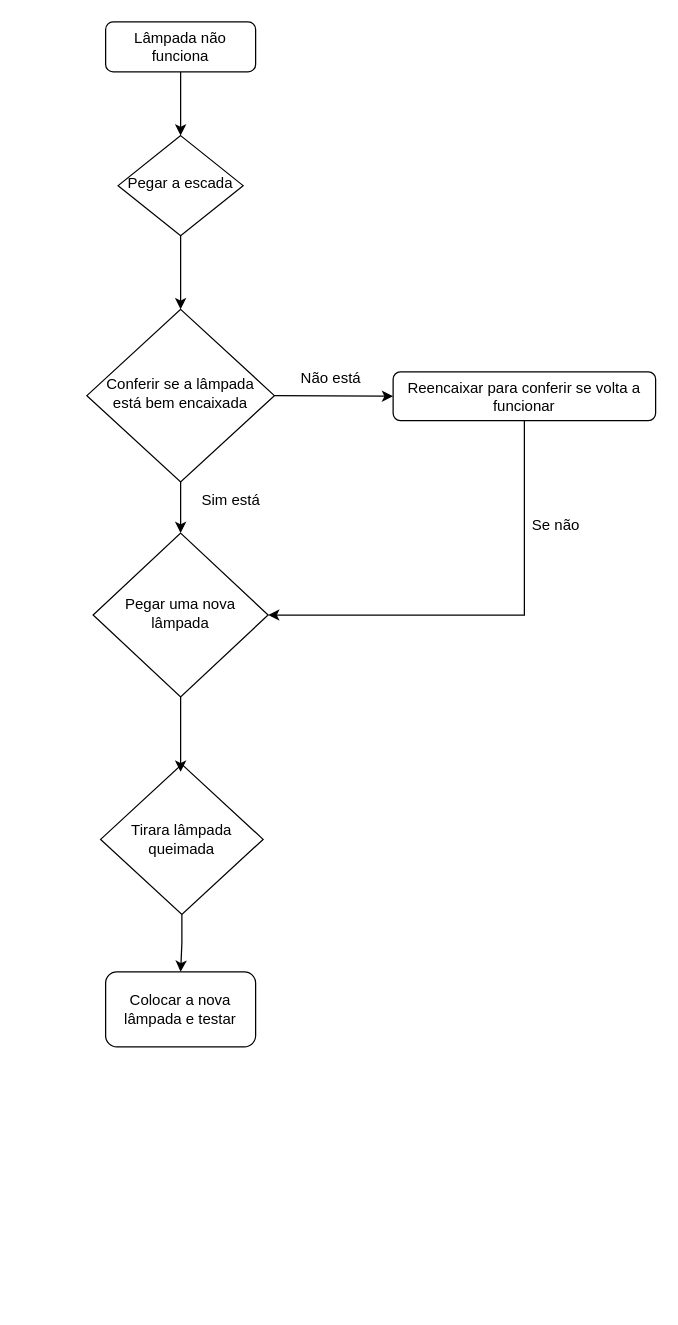
This is Diagrama sem nome.drawio from Pamela-Brasil/desafio-dio-primeiro-repositorio, a draw.io file, before an edit. Source tidied: cells renumbered, new cells numbered last; positions are measured from the earlier drawing's top-left corner, leaving out a move shared by most shapes. Both pictures are drawn from the tidied source at 125%, with x=0, y=0 at pixel (86, 21).
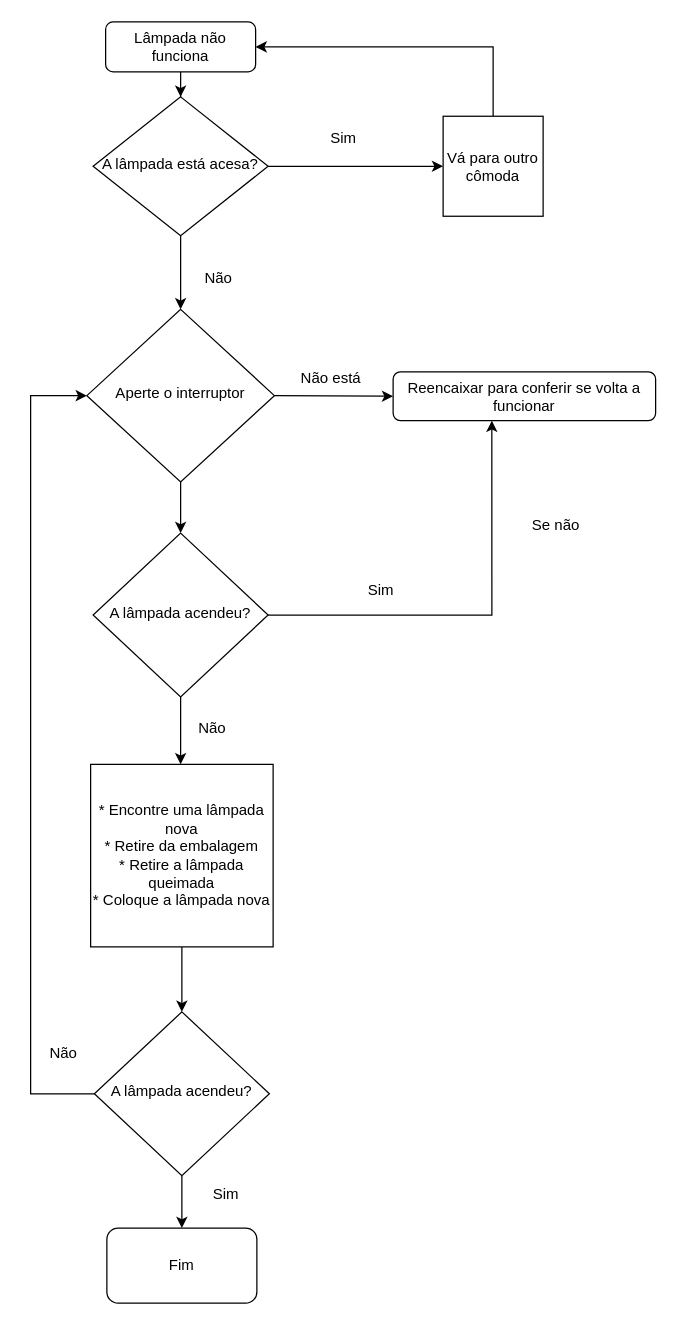
The same page after the edit.

The change refers to these unchanged cells:
```xml
<mxCell id="3" value="Lâmpada não funciona" style="rounded=1;whiteSpace=wrap;html=1;fontSize=12;glass=0;strokeWidth=1;shadow=0;" parent="1" vertex="1">
  <mxGeometry x="15" width="120" height="40" as="geometry" />
</mxCell>
<mxCell id="9" value="Reencaixar para conferir se volta a funcionar" style="rounded=1;whiteSpace=wrap;html=1;fontSize=12;glass=0;strokeWidth=1;shadow=0;" parent="1" vertex="1">
  <mxGeometry x="245" y="280" width="210" height="39" as="geometry" />
</mxCell>
```

Diff of the diagram source:
```diff
@@
+    <mxCell id="20" style="edgeStyle=orthogonalEdgeStyle;rounded=0;jettySize=auto;html=1;exitX=1;exitY=0.5;exitDx=0;exitDy=0;" parent="1" edge="1" source="6" target="24">
+      <mxGeometry relative="1" as="geometry" />
+    </mxCell>
-    <mxCell id="6" value="Pegar a escada" style="rhombus;whiteSpace=wrap;html=1;shadow=0;fontFamily=Helvetica;fontSize=12;align=center;strokeWidth=1;spacing=6;spacingTop=-4;" parent="1" vertex="1">
-      <mxGeometry x="25" y="91" width="100" height="80" as="geometry" />
+    <mxCell id="6" value="A lâmpada está acesa?" style="rhombus;whiteSpace=wrap;html=1;shadow=0;fontFamily=Helvetica;fontSize=12;align=center;strokeWidth=1;spacing=6;spacingTop=-4;" parent="1" vertex="1">
+      <mxGeometry x="5" y="60" width="140" height="111" as="geometry" />
     </mxCell>
+    <mxCell id="21" style="edgeStyle=orthogonalEdgeStyle;rounded=0;jettySize=auto;html=1;" parent="1" edge="1" source="7">
+      <mxGeometry relative="1" as="geometry">
+        <mxPoint x="75" y="594" as="targetPoint" />
+      </mxGeometry>
+    </mxCell>
-    <mxCell id="7" value="Pegar uma nova lâmpada" style="rhombus;whiteSpace=wrap;html=1;shadow=0;fontFamily=Helvetica;fontSize=12;align=center;strokeWidth=1;spacing=6;spacingTop=-4;" parent="1" vertex="1">
+    <mxCell id="7" value="A lâmpada acendeu?" style="rhombus;whiteSpace=wrap;html=1;shadow=0;fontFamily=Helvetica;fontSize=12;align=center;strokeWidth=1;spacing=6;spacingTop=-4;" parent="1" vertex="1">
       <mxGeometry x="5" y="409" width="140" height="131" as="geometry" />
     </mxCell>
-    <mxCell id="8" style="edgeStyle=orthogonalEdgeStyle;rounded=0;jettySize=auto;html=1;exitX=0.5;exitY=1;exitDx=0;exitDy=0;entryX=1;entryY=0.5;entryDx=0;entryDy=0;" parent="1" edge="1" source="9" target="7">
-      <mxGeometry relative="1" as="geometry" />
-    </mxCell>
@@
-    <mxCell id="11" value="Conferir se a lâmpada está bem encaixada" style="rhombus;whiteSpace=wrap;html=1;shadow=0;fontFamily=Helvetica;fontSize=12;align=center;strokeWidth=1;spacing=6;spacingTop=-4;" parent="1" vertex="1">
+    <mxCell id="11" value="Aperte o interruptor" style="rhombus;whiteSpace=wrap;html=1;shadow=0;fontFamily=Helvetica;fontSize=12;align=center;strokeWidth=1;spacing=6;spacingTop=-4;" parent="1" vertex="1">
       <mxGeometry y="230" width="150" height="138" as="geometry" />
     </mxCell>
@@
-    <mxCell id="14" value="Sim está" style="text;html=1;align=center;verticalAlign=middle;strokeColor=none;fillColor=none;" parent="1" vertex="1">
-      <mxGeometry x="80" y="368" width="70" height="30" as="geometry" />
-    </mxCell>
-    <mxCell id="15" style="edgeStyle=orthogonalEdgeStyle;rounded=0;jettySize=auto;html=1;" parent="1" edge="1" source="16">
-      <mxGeometry relative="1" as="geometry">
-        <mxPoint x="75" y="760" as="targetPoint" />
-      </mxGeometry>
-    </mxCell>
-    <mxCell id="16" value="Tirara lâmpada queimada" style="rhombus;whiteSpace=wrap;html=1;" parent="1" vertex="1">
-      <mxGeometry x="11" y="594" width="130" height="120" as="geometry" />
-    </mxCell>
-    <mxCell id="17" style="edgeStyle=orthogonalEdgeStyle;rounded=0;jettySize=auto;html=1;exitX=0.5;exitY=1;exitDx=0;exitDy=0;" parent="1" edge="1" source="7">
-      <mxGeometry relative="1" as="geometry">
-        <mxPoint x="75" y="600" as="targetPoint" />
-      </mxGeometry>
-    </mxCell>
-    <mxCell id="18" value="Colocar a nova lâmpada e testar" style="rounded=1;whiteSpace=wrap;html=1;" parent="1" vertex="1">
-      <mxGeometry x="15" y="760" width="120" height="60" as="geometry" />
-    </mxCell>
@@
+    <mxCell id="22" value="Sim" style="text;html=1;align=center;verticalAlign=middle;strokeColor=none;fillColor=none;" parent="1" vertex="1">
+      <mxGeometry x="185" y="78" width="40" height="30" as="geometry" />
+    </mxCell>
+    <mxCell id="23" style="edgeStyle=orthogonalEdgeStyle;rounded=0;jettySize=auto;html=1;entryX=1;entryY=0.5;entryDx=0;entryDy=0;" parent="1" edge="1" source="24" target="3">
+      <mxGeometry relative="1" as="geometry">
+        <Array as="points">
+          <mxPoint x="325" y="20" />
+        </Array>
+      </mxGeometry>
+    </mxCell>
+    <mxCell id="24" value="Vá para outro cômoda" style="whiteSpace=wrap;html=1;" parent="1" vertex="1">
+      <mxGeometry x="285" y="75.5" width="80" height="80" as="geometry" />
+    </mxCell>
+    <mxCell id="25" value="Não" style="text;html=1;align=center;verticalAlign=middle;strokeColor=none;fillColor=none;" parent="1" vertex="1">
+      <mxGeometry x="80" y="190" width="50" height="30" as="geometry" />
+    </mxCell>
+    <mxCell id="26" value="Sim" style="text;html=1;align=center;verticalAlign=middle;strokeColor=none;fillColor=none;" parent="1" vertex="1">
+      <mxGeometry x="215" y="440" width="40" height="30" as="geometry" />
+    </mxCell>
+    <mxCell id="27" style="edgeStyle=orthogonalEdgeStyle;rounded=0;jettySize=auto;html=1;exitX=1;exitY=0.5;exitDx=0;exitDy=0;entryX=0.376;entryY=1;entryDx=0;entryDy=0;entryPerimeter=0;" parent="1" edge="1" source="7" target="9">
+      <mxGeometry relative="1" as="geometry" />
+    </mxCell>
+    <mxCell id="28" value="Não" style="text;html=1;align=center;verticalAlign=middle;strokeColor=none;fillColor=none;" parent="1" vertex="1">
+      <mxGeometry x="75" y="550" width="50" height="30" as="geometry" />
+    </mxCell>
+    <mxCell id="29" style="edgeStyle=orthogonalEdgeStyle;rounded=0;jettySize=auto;html=1;" parent="1" edge="1" source="34" target="31">
+      <mxGeometry relative="1" as="geometry" />
+    </mxCell>
+    <mxCell id="30" value="* Encontre uma lâmpada nova&lt;div&gt;* Retire da embalagem&lt;/div&gt;&lt;div&gt;* Retire a lâmpada queimada&lt;/div&gt;&lt;div&gt;* Coloque a lâmpada nova&lt;/div&gt;" style="whiteSpace=wrap;html=1;" parent="1" vertex="1">
+      <mxGeometry x="3" y="594" width="146" height="146" as="geometry" />
+    </mxCell>
+    <mxCell id="31" value="Fim" style="rounded=1;whiteSpace=wrap;html=1;" parent="1" vertex="1">
+      <mxGeometry x="16" y="965" width="120" height="60" as="geometry" />
+    </mxCell>
+    <mxCell id="32" style="edgeStyle=orthogonalEdgeStyle;rounded=0;jettySize=auto;html=1;" parent="1" edge="1" source="30" target="34">
+      <mxGeometry relative="1" as="geometry" />
+    </mxCell>
+    <mxCell id="33" style="edgeStyle=orthogonalEdgeStyle;rounded=0;jettySize=auto;html=1;exitX=0;exitY=0.5;exitDx=0;exitDy=0;entryX=0;entryY=0.5;entryDx=0;entryDy=0;" parent="1" edge="1" source="34" target="11">
+      <mxGeometry relative="1" as="geometry">
+        <Array as="points">
+          <mxPoint x="-45" y="858" />
+          <mxPoint x="-45" y="299" />
+        </Array>
+      </mxGeometry>
+    </mxCell>
+    <mxCell id="34" value="A lâmpada acendeu?" style="rhombus;whiteSpace=wrap;html=1;shadow=0;fontFamily=Helvetica;fontSize=12;align=center;strokeWidth=1;spacing=6;spacingTop=-4;" parent="1" vertex="1">
+      <mxGeometry x="6" y="792" width="140" height="131" as="geometry" />
+    </mxCell>
+    <mxCell id="35" value="Sim" style="text;html=1;align=center;verticalAlign=middle;strokeColor=none;fillColor=none;" parent="1" vertex="1">
+      <mxGeometry x="91" y="923" width="40" height="30" as="geometry" />
+    </mxCell>
+    <mxCell id="36" value="Não" style="text;html=1;align=center;verticalAlign=middle;strokeColor=none;fillColor=none;" parent="1" vertex="1">
+      <mxGeometry x="-44" y="810" width="50" height="30" as="geometry" />
+    </mxCell>
```
